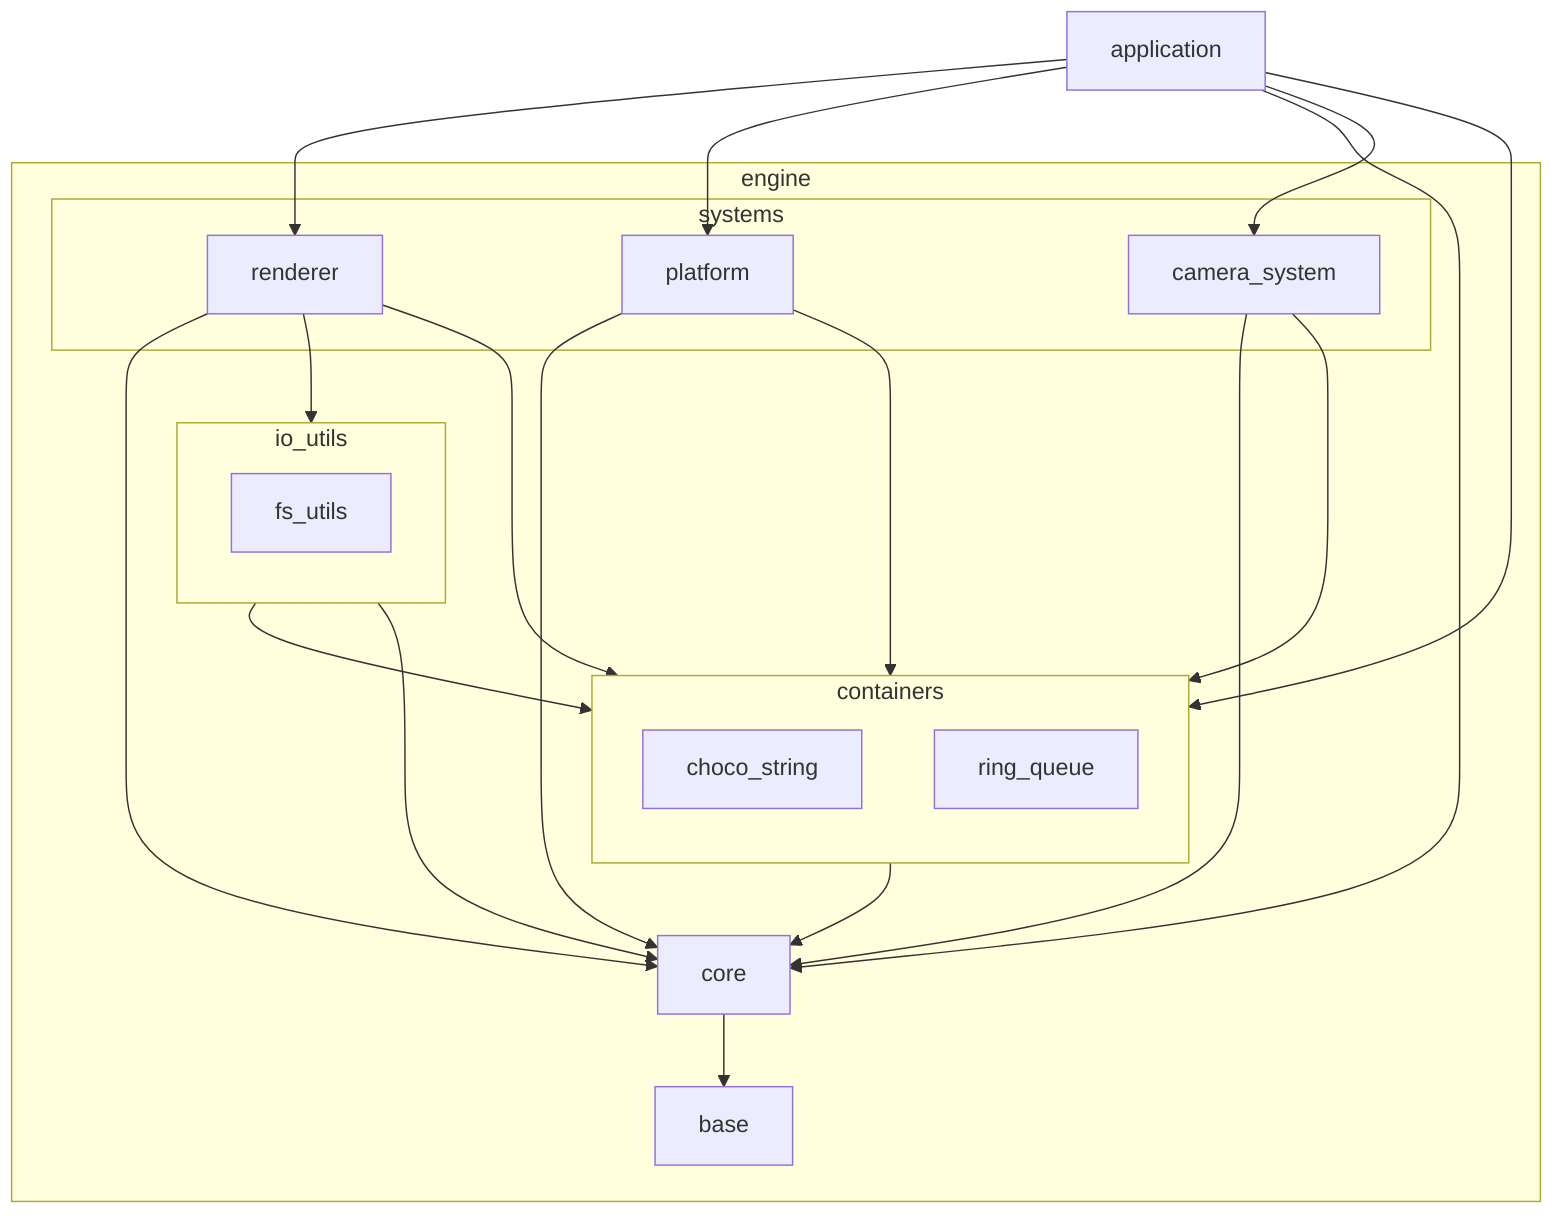
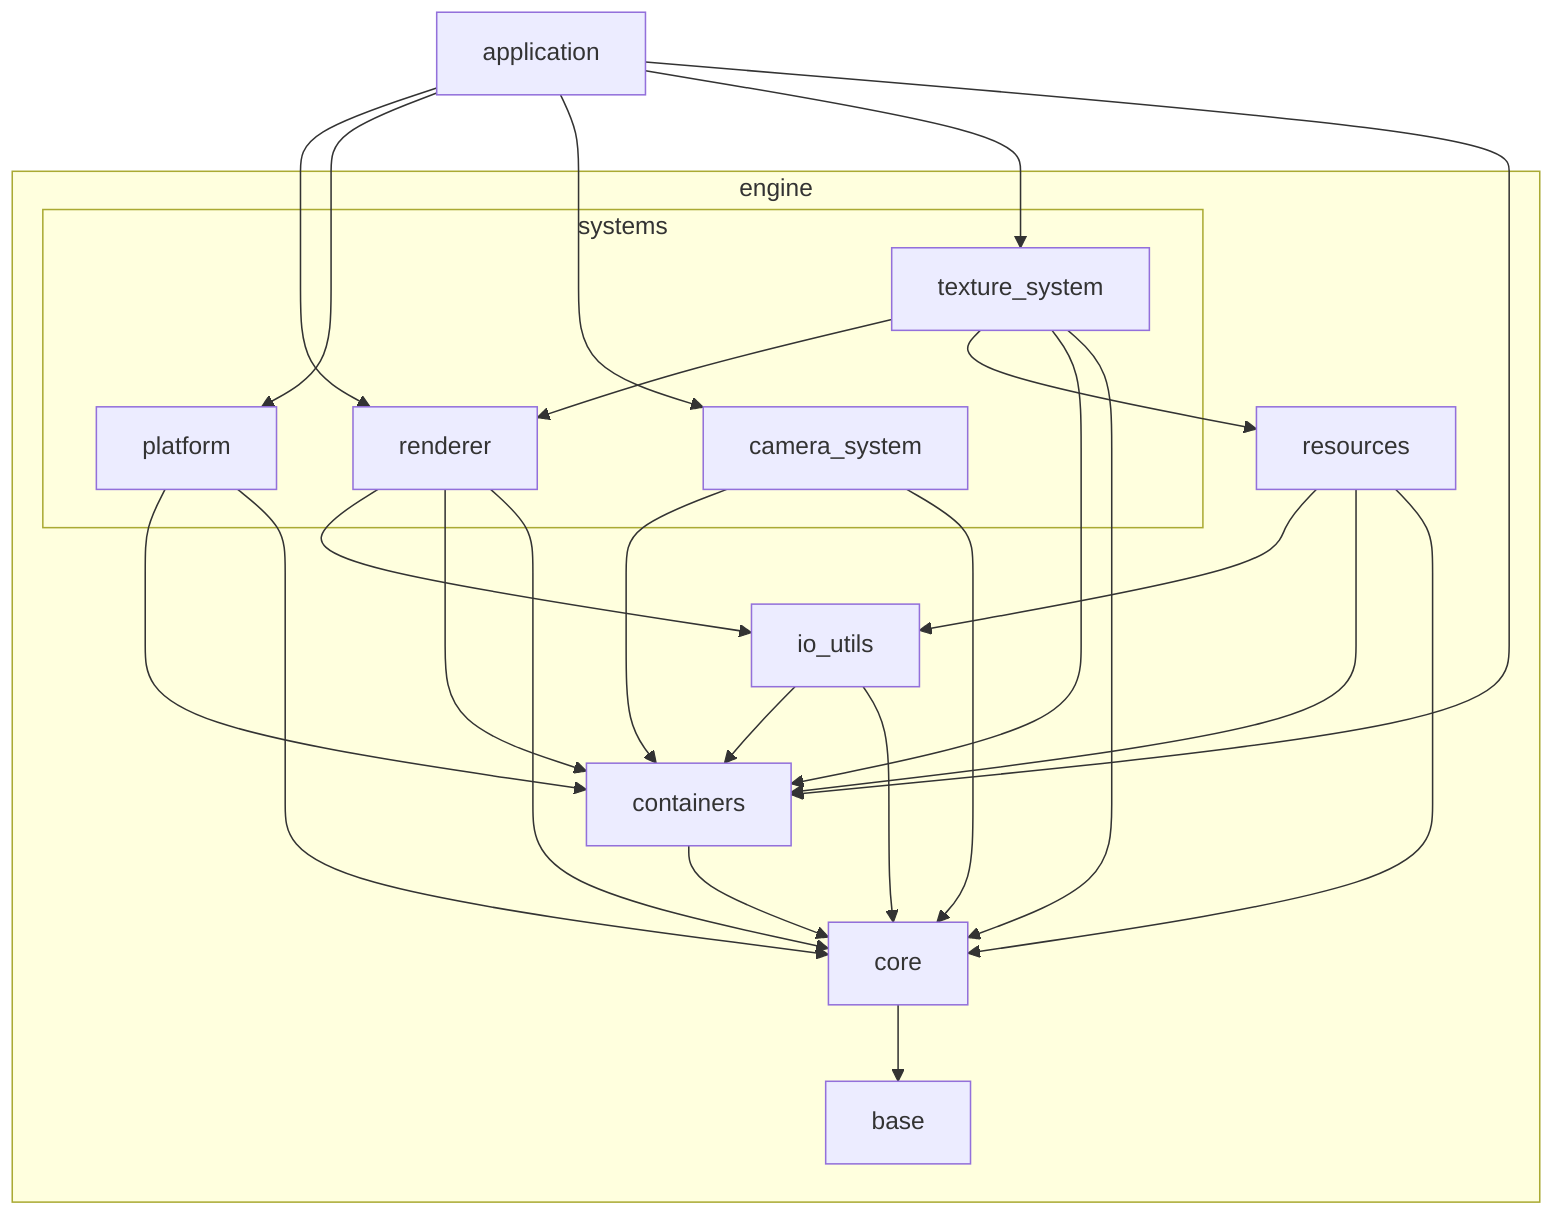
graph TD
  APPLICATION[application]

  subgraph ENGINE[engine]
    subgraph SYSTEMS[systems]
      PLATFORM[platform]
      RENDERER[renderer]
      CAMERA_SYSTEM[camera_system]
+       TEXTURE_SYSTEM[texture_system]
    end

-     subgraph IO_UTILS[io_utils]
-       FS_UTILS[fs_utils]
-     end
- 
-     subgraph CONTAINERS[containers]
-       direction TB
-       CHOCO_STRING[choco_string]
-       RING_QUEUE[ring_queue]
-     end
- 
+     RESOURCES[resources]
+     IO_UTILS[io_utils]
+     CONTAINERS[containers]
    CORE[core]
    BASE[base]
  end

  APPLICATION --> RENDERER
  APPLICATION --> PLATFORM
-   APPLICATION --> CORE
+   APPLICATION --> CAMERA_SYSTEM
+   APPLICATION --> TEXTURE_SYSTEM
+ 
  APPLICATION --> CONTAINERS
-   APPLICATION --> CAMERA_SYSTEM

  PLATFORM --> CONTAINERS
  PLATFORM --> CORE
-   RENDERER --> CORE
+ 
  RENDERER --> IO_UTILS
  RENDERER --> CONTAINERS
+   RENDERER --> CORE

+   CAMERA_SYSTEM --> CONTAINERS
  CAMERA_SYSTEM --> CORE
-   CAMERA_SYSTEM --> CONTAINERS
+ 
+   TEXTURE_SYSTEM --> RENDERER
+   TEXTURE_SYSTEM --> RESOURCES
+   TEXTURE_SYSTEM --> CONTAINERS
+   TEXTURE_SYSTEM --> CORE
+ 
+   RESOURCES --> IO_UTILS
+   RESOURCES --> CONTAINERS
+   RESOURCES --> CORE

  IO_UTILS --> CONTAINERS
  IO_UTILS --> CORE

  CONTAINERS --> CORE

  CORE --> BASE
